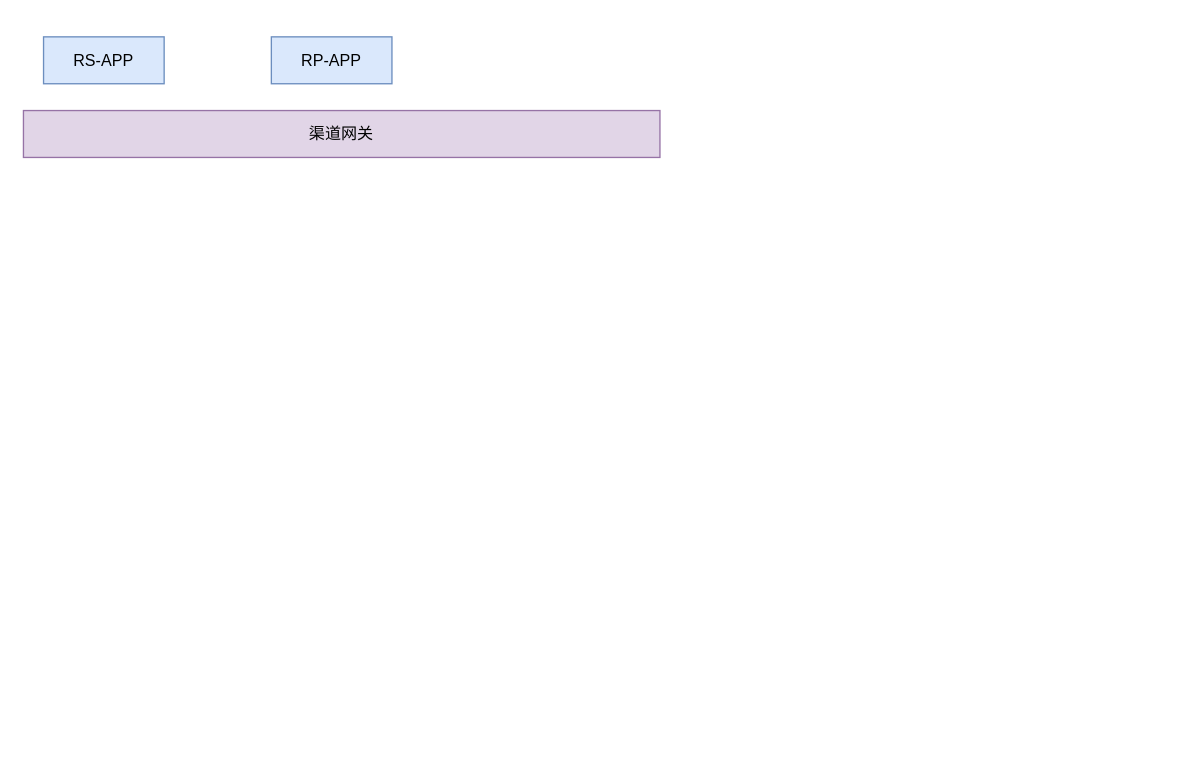
shixiaoding/draw keeps this draw.io diagram as 2025-渠道服务内部依赖图-现状.drawio. Above is the earlier version. Source tidied: cells renumbered, new cells numbered last; positions are measured from the earlier drawing's top-left corner, leaving out a move shared by most shapes. Both pictures are drawn from the tidied source at 134%, with x=0, y=0 at pixel (23, 36).
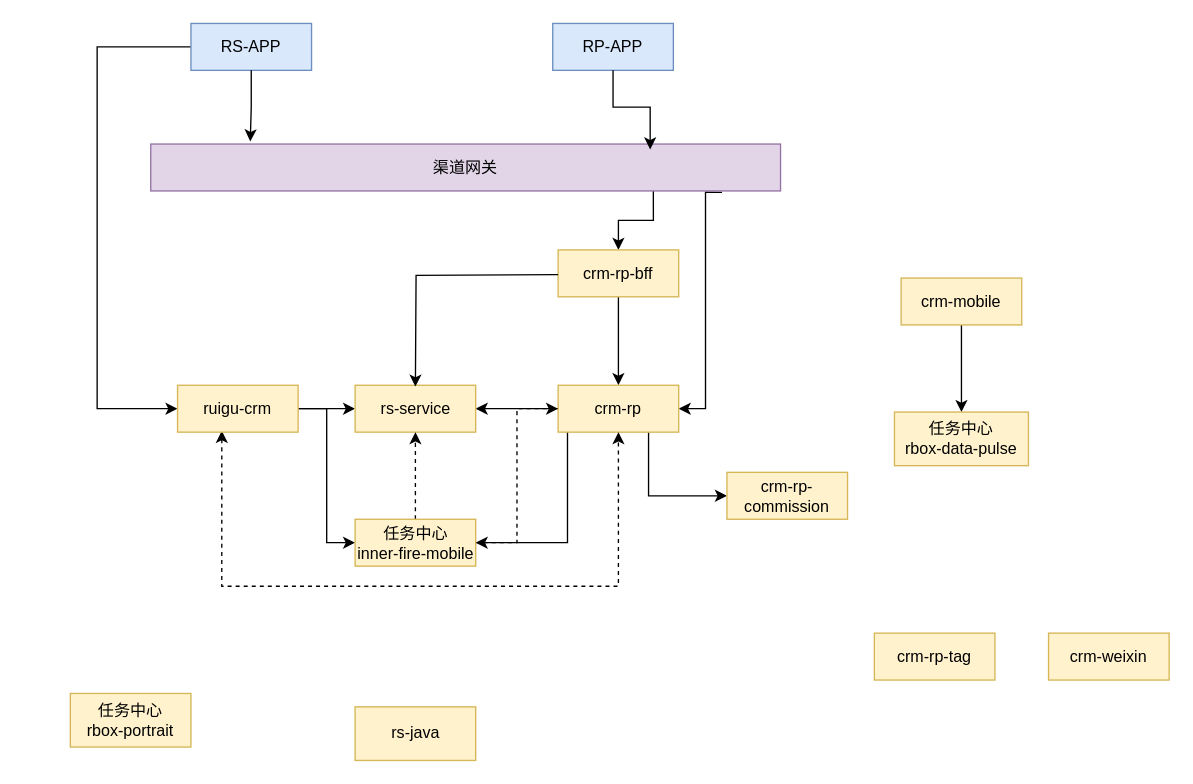
After the change.

Commit message:
更新2025-渠道服务内部依赖图-现状.drawio

What changed in the source:
```diff
@@
+    <mxCell id="5" style="edgeStyle=orthogonalEdgeStyle;rounded=0;jettySize=auto;html=1;entryX=0.5;entryY=0;entryDx=0;entryDy=0;exitX=0.798;exitY=0.886;exitDx=0;exitDy=0;exitPerimeter=0;" parent="1" edge="1" source="2" target="9">
+      <mxGeometry relative="1" as="geometry" />
+    </mxCell>
+    <mxCell id="6" style="edgeStyle=orthogonalEdgeStyle;rounded=0;jettySize=auto;html=1;entryX=1;entryY=0.5;entryDx=0;entryDy=0;exitX=0.907;exitY=1.029;exitDx=0;exitDy=0;exitPerimeter=0;" parent="1" edge="1" source="2" target="15">
+      <mxGeometry relative="1" as="geometry">
+        <Array as="points">
+          <mxPoint x="509" y="278" />
+        </Array>
+      </mxGeometry>
+    </mxCell>
-    <mxCell id="2" value="渠道网关" style="rounded=0;whiteSpace=wrap;html=1;fillColor=#e1d5e7;strokeColor=#9673a6;" parent="1" vertex="1">
-      <mxGeometry y="55" width="475" height="35" as="geometry" />
+    <mxCell id="2" value="渠道网关" style="rounded=0;whiteSpace=wrap;html=1;fillColor=#e1d5e7;strokeColor=#9673a6;fontFamily=Helvetica;labelBackgroundColor=none;fontSize=12;" parent="1" vertex="1">
+      <mxGeometry x="95" y="80" width="470" height="35" as="geometry" />
     </mxCell>
+    <mxCell id="7" style="edgeStyle=orthogonalEdgeStyle;rounded=0;jettySize=auto;html=1;entryX=0;entryY=0.5;entryDx=0;entryDy=0;" parent="1" edge="1" source="3" target="19">
+      <mxGeometry relative="1" as="geometry">
+        <Array as="points">
+          <mxPoint x="55" y="8" />
+          <mxPoint x="55" y="278" />
+        </Array>
+      </mxGeometry>
+    </mxCell>
-    <mxCell id="3" value="RS-APP" style="rounded=0;whiteSpace=wrap;html=1;fillColor=#dae8fc;strokeColor=#6c8ebf;" parent="1" vertex="1">
-      <mxGeometry x="15" width="90" height="35" as="geometry" />
+    <mxCell id="3" value="RS-APP" style="rounded=0;whiteSpace=wrap;html=1;fillColor=#dae8fc;strokeColor=#6c8ebf;fontFamily=Helvetica;labelBackgroundColor=none;fontSize=12;" parent="1" vertex="1">
+      <mxGeometry x="125" y="-10" width="90" height="35" as="geometry" />
     </mxCell>
-    <mxCell id="4" value="RP-APP" style="rounded=0;whiteSpace=wrap;html=1;fillColor=#dae8fc;strokeColor=#6c8ebf;" parent="1" vertex="1">
-      <mxGeometry x="185" width="90" height="35" as="geometry" />
+    <mxCell id="4" value="RP-APP" style="rounded=0;whiteSpace=wrap;html=1;fillColor=#dae8fc;strokeColor=#6c8ebf;fontFamily=Helvetica;labelBackgroundColor=none;fontSize=12;" parent="1" vertex="1">
+      <mxGeometry x="395" y="-10" width="90" height="35" as="geometry" />
     </mxCell>
+    <mxCell id="8" style="edgeStyle=orthogonalEdgeStyle;rounded=0;jettySize=auto;html=1;entryX=0.5;entryY=0;entryDx=0;entryDy=0;" parent="1" edge="1" source="9" target="15">
+      <mxGeometry relative="1" as="geometry" />
+    </mxCell>
+    <mxCell id="9" value="crm-rp-bff" style="rounded=0;whiteSpace=wrap;html=1;fillColor=#fff2cc;strokeColor=#d6b656;fontFamily=Helvetica;labelBackgroundColor=none;fontSize=12;" parent="1" vertex="1">
+      <mxGeometry x="399" y="159" width="90" height="35" as="geometry" />
+    </mxCell>
+    <mxCell id="10" style="edgeStyle=orthogonalEdgeStyle;rounded=0;jettySize=auto;html=1;entryX=0.5;entryY=0;entryDx=0;entryDy=0;" parent="1" edge="1" source="11" target="25">
+      <mxGeometry relative="1" as="geometry" />
+    </mxCell>
+    <mxCell id="11" value="crm-mobile" style="rounded=0;whiteSpace=wrap;html=1;fillColor=#fff2cc;strokeColor=#d6b656;fontFamily=Helvetica;labelBackgroundColor=none;fontSize=12;" parent="1" vertex="1">
+      <mxGeometry x="655" y="180" width="90" height="35" as="geometry" />
+    </mxCell>
+    <mxCell id="12" style="edgeStyle=orthogonalEdgeStyle;rounded=0;jettySize=auto;html=1;entryX=1;entryY=0.5;entryDx=0;entryDy=0;" parent="1" edge="1" source="15" target="20">
+      <mxGeometry relative="1" as="geometry" />
+    </mxCell>
+    <mxCell id="13" style="edgeStyle=orthogonalEdgeStyle;rounded=0;jettySize=auto;html=1;entryX=1;entryY=0.5;entryDx=0;entryDy=0;" parent="1" edge="1" target="29">
+      <mxGeometry relative="1" as="geometry">
+        <mxPoint x="406" y="294" as="sourcePoint" />
+        <Array as="points">
+          <mxPoint x="406" y="378" />
+        </Array>
+      </mxGeometry>
+    </mxCell>
+    <mxCell id="14" style="edgeStyle=orthogonalEdgeStyle;rounded=0;jettySize=auto;html=1;exitX=0.75;exitY=1;exitDx=0;exitDy=0;entryX=0;entryY=0.5;entryDx=0;entryDy=0;" parent="1" edge="1" source="15" target="23">
+      <mxGeometry relative="1" as="geometry" />
+    </mxCell>
+    <mxCell id="15" value="crm-rp" style="rounded=0;whiteSpace=wrap;html=1;fillColor=#fff2cc;strokeColor=#d6b656;fontFamily=Helvetica;labelBackgroundColor=none;fontSize=12;" parent="1" vertex="1">
+      <mxGeometry x="399" y="260" width="90" height="35" as="geometry" />
+    </mxCell>
+    <mxCell id="16" style="edgeStyle=orthogonalEdgeStyle;rounded=0;jettySize=auto;html=1;entryX=0;entryY=0.5;entryDx=0;entryDy=0;" parent="1" edge="1" source="19" target="20">
+      <mxGeometry relative="1" as="geometry" />
+    </mxCell>
+    <mxCell id="17" style="edgeStyle=orthogonalEdgeStyle;rounded=0;jettySize=auto;html=1;entryX=0;entryY=0.5;entryDx=0;entryDy=0;" parent="1" edge="1" source="19" target="29">
+      <mxGeometry relative="1" as="geometry" />
+    </mxCell>
+    <mxCell id="18" style="edgeStyle=orthogonalEdgeStyle;rounded=0;jettySize=auto;html=1;entryX=0.5;entryY=1;entryDx=0;entryDy=0;exitX=0.367;exitY=0.971;exitDx=0;exitDy=0;exitPerimeter=0;endArrow=classic;endFill=1;startArrow=classic;startFill=1;dashed=1;" parent="1" edge="1" source="19" target="15">
+      <mxGeometry relative="1" as="geometry">
+        <Array as="points">
+          <mxPoint x="148" y="410" />
+          <mxPoint x="444" y="410" />
+        </Array>
+      </mxGeometry>
+    </mxCell>
+    <mxCell id="19" value="ruigu-crm" style="rounded=0;whiteSpace=wrap;html=1;fillColor=#fff2cc;strokeColor=#d6b656;fontFamily=Helvetica;labelBackgroundColor=none;fontSize=12;" parent="1" vertex="1">
+      <mxGeometry x="115" y="260" width="90" height="35" as="geometry" />
+    </mxCell>
+    <mxCell id="20" value="rs-service" style="rounded=0;whiteSpace=wrap;html=1;fillColor=#fff2cc;strokeColor=#d6b656;fontFamily=Helvetica;labelBackgroundColor=none;fontSize=12;" parent="1" vertex="1">
+      <mxGeometry x="247.5" y="260" width="90" height="35" as="geometry" />
+    </mxCell>
+    <mxCell id="21" value="crm-rp-tag" style="rounded=0;whiteSpace=wrap;html=1;fillColor=#fff2cc;strokeColor=#d6b656;fontFamily=Helvetica;labelBackgroundColor=none;fontSize=12;" parent="1" vertex="1">
+      <mxGeometry x="635" y="445" width="90" height="35" as="geometry" />
+    </mxCell>
+    <mxCell id="22" value="crm-weixin" style="rounded=0;whiteSpace=wrap;html=1;fillColor=#fff2cc;strokeColor=#d6b656;fontFamily=Helvetica;labelBackgroundColor=none;fontSize=12;" parent="1" vertex="1">
+      <mxGeometry x="765" y="445" width="90" height="35" as="geometry" />
+    </mxCell>
+    <mxCell id="23" value="crm-rp-commission" style="rounded=0;whiteSpace=wrap;html=1;fillColor=#fff2cc;strokeColor=#d6b656;fontFamily=Helvetica;labelBackgroundColor=none;fontSize=12;" parent="1" vertex="1">
+      <mxGeometry x="525" y="325" width="90" height="35" as="geometry" />
+    </mxCell>
+    <mxCell id="24" value="&lt;p&gt;&lt;span&gt;任务中心&lt;span&gt;&lt;br&gt;&lt;/span&gt;&lt;/span&gt;&lt;span&gt;rbox-portrait&lt;/span&gt;&lt;span&gt;&lt;/span&gt;&lt;/p&gt;" style="rounded=0;whiteSpace=wrap;html=1;fillColor=#fff2cc;strokeColor=#d6b656;align=center;verticalAlign=middle;fontFamily=Helvetica;fontSize=12;fontColor=default;labelBackgroundColor=none;" parent="1" vertex="1">
+      <mxGeometry x="35" y="490" width="90" height="40" as="geometry" />
+    </mxCell>
+    <mxCell id="25" value="&lt;p&gt;&lt;span&gt;任务中心&lt;span&gt;&lt;br&gt;&lt;/span&gt;&lt;/span&gt;rbox-data-pulse&lt;/p&gt;" style="rounded=0;whiteSpace=wrap;html=1;fillColor=#fff2cc;strokeColor=#d6b656;align=center;verticalAlign=middle;fontFamily=Helvetica;fontSize=12;fontColor=default;labelBackgroundColor=none;" parent="1" vertex="1">
+      <mxGeometry x="650" y="280" width="100" height="40" as="geometry" />
+    </mxCell>
+    <mxCell id="26" style="edgeStyle=orthogonalEdgeStyle;rounded=0;orthogonalLoop=1;jettySize=auto;html=1;entryX=0.5;entryY=0;entryDx=0;entryDy=0;" parent="1" edge="1">
+      <mxGeometry relative="1" as="geometry">
+        <mxPoint x="399" y="177.5" as="sourcePoint" />
+        <mxPoint x="292.5" y="261" as="targetPoint" />
+      </mxGeometry>
+    </mxCell>
+    <mxCell id="27" style="edgeStyle=orthogonalEdgeStyle;rounded=0;jettySize=auto;html=1;entryX=0;entryY=0.5;entryDx=0;entryDy=0;dashed=1;" parent="1" edge="1" source="29" target="15">
+      <mxGeometry relative="1" as="geometry" />
+    </mxCell>
+    <mxCell id="28" style="edgeStyle=orthogonalEdgeStyle;rounded=0;jettySize=auto;html=1;entryX=0.5;entryY=1;entryDx=0;entryDy=0;dashed=1;" parent="1" edge="1" source="29" target="20">
+      <mxGeometry relative="1" as="geometry" />
+    </mxCell>
+    <mxCell id="29" value="任务中心&lt;br&gt;&lt;span style=&quot;color: light-dark(rgb(0, 0, 0), rgb(255, 255, 255));&quot;&gt;inner-fire-mobile&lt;/span&gt;" style="rounded=0;whiteSpace=wrap;html=1;fillColor=#fff2cc;strokeColor=#d6b656;fontFamily=Helvetica;labelBackgroundColor=none;fontSize=12;" parent="1" vertex="1">
+      <mxGeometry x="247.5" y="360" width="90" height="35" as="geometry" />
+    </mxCell>
+    <mxCell id="30" style="edgeStyle=orthogonalEdgeStyle;rounded=0;jettySize=auto;html=1;entryX=0.158;entryY=-0.057;entryDx=0;entryDy=0;entryPerimeter=0;" parent="1" edge="1" source="3" target="2">
+      <mxGeometry relative="1" as="geometry" />
+    </mxCell>
+    <mxCell id="31" style="edgeStyle=orthogonalEdgeStyle;rounded=0;jettySize=auto;html=1;entryX=0.793;entryY=0.114;entryDx=0;entryDy=0;entryPerimeter=0;" parent="1" edge="1" source="4" target="2">
+      <mxGeometry relative="1" as="geometry" />
+    </mxCell>
+    <mxCell id="32" value="&lt;p&gt;rs-java&lt;/p&gt;" style="rounded=0;whiteSpace=wrap;html=1;fillColor=#fff2cc;strokeColor=#d6b656;align=center;verticalAlign=middle;fontFamily=Helvetica;fontSize=12;fontColor=default;labelBackgroundColor=none;" parent="1" vertex="1">
+      <mxGeometry x="247.5" y="500" width="90" height="40" as="geometry" />
+    </mxCell>
```
